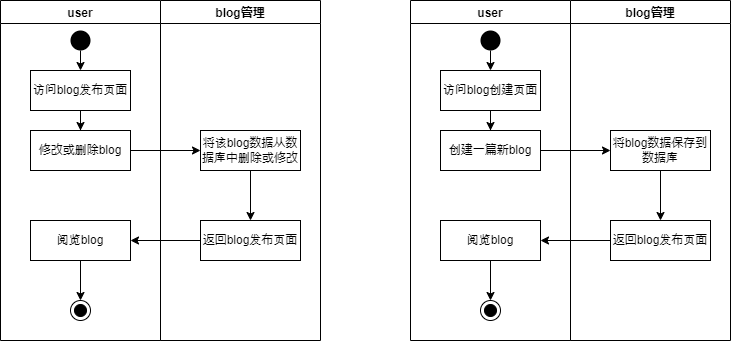
Before: graph/activity3-Page-1.drawio.png, a diagram exported from draw.io (shitsumazyo/TestWeb). Source tidied: cells renumbered, new cells last; positions are measured from the earlier drawing's top-left corner, leaving out a move shared by most shapes.
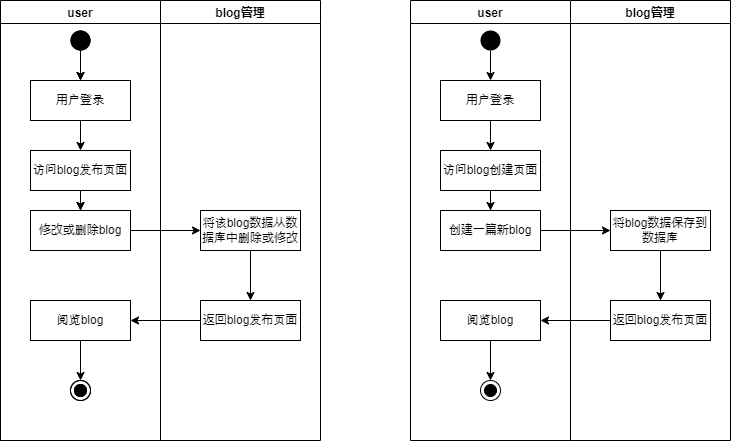
Later version of the same file.

Change to the diagram source:
```diff
@@ -3,101 +3,139 @@
     <mxCell id="0" />
     <mxCell id="1" parent="0" />
     <mxCell id="2" value="user" style="swimlane;startSize=23;" parent="1" vertex="1">
-      <mxGeometry x="410" width="160" height="340" as="geometry" />
+      <mxGeometry x="410" width="160" height="440" as="geometry" />
     </mxCell>
     <mxCell id="3" style="edgeStyle=orthogonalEdgeStyle;rounded=0;jettySize=auto;html=1;" parent="2" edge="1" source="4" target="7">
       <mxGeometry relative="1" as="geometry" />
     </mxCell>
     <mxCell id="4" value="访问blog创建页面" style="rounded=0;whiteSpace=wrap;html=1;" parent="2" vertex="1">
-      <mxGeometry x="30" y="70" width="100" height="40" as="geometry" />
+      <mxGeometry x="30" y="150" width="100" height="40" as="geometry" />
     </mxCell>
     <mxCell id="5" style="ellipse;fillColor=#000000;strokeColor=none;" parent="2" vertex="1">
       <mxGeometry x="70" y="30" width="20" height="20" as="geometry" />
     </mxCell>
-    <mxCell id="6" style="endArrow=classic;html=1;rounded=0;entryX=0.5;entryY=0;entryDx=0;entryDy=0;exitX=0.5;exitY=1;exitDx=0;exitDy=0;" parent="2" edge="1" source="5" target="4">
-      <mxGeometry relative="1" as="geometry" />
+    <mxCell id="6" style="endArrow=classic;html=1;rounded=0;exitX=0.5;exitY=1;exitDx=0;exitDy=0;" parent="2" edge="1" source="5">
+      <mxGeometry relative="1" as="geometry">
+        <mxPoint x="80" y="80" as="targetPoint" />
+      </mxGeometry>
     </mxCell>
     <mxCell id="7" value="创建一篇新blog" style="rounded=0;whiteSpace=wrap;html=1;" parent="2" vertex="1">
-      <mxGeometry x="30" y="130" width="100" height="40" as="geometry" />
+      <mxGeometry x="30" y="210" width="100" height="40" as="geometry" />
     </mxCell>
     <mxCell id="8" value="阅览blog" style="rounded=0;whiteSpace=wrap;html=1;" parent="2" vertex="1">
-      <mxGeometry x="30" y="220" width="100" height="40" as="geometry" />
+      <mxGeometry x="30" y="300" width="100" height="40" as="geometry" />
     </mxCell>
     <mxCell id="9" style="ellipse;html=1;shape=endState;fillColor=#000000;strokeColor=#000000;rounded=0;shadow=0;glass=0;sketch=0;" parent="2" vertex="1">
-      <mxGeometry x="70" y="300" width="20" height="20" as="geometry" />
+      <mxGeometry x="70" y="380" width="20" height="20" as="geometry" />
     </mxCell>
+    <mxCell id="32" value="用户登录" style="rounded=0;whiteSpace=wrap;html=1;" parent="2" vertex="1">
+      <mxGeometry x="30" y="80" width="100" height="40" as="geometry" />
+    </mxCell>
+    <mxCell id="33" style="endArrow=classic;html=1;rounded=0;fontSize=17;exitX=0.5;exitY=1;exitDx=0;exitDy=0;entryX=0.5;entryY=0;entryDx=0;entryDy=0;" parent="2" edge="1" source="32" target="4">
+      <mxGeometry relative="1" as="geometry" />
+    </mxCell>
     <mxCell id="10" value="blog管理" style="swimlane;startSize=23;gradientColor=none;rounded=0;" parent="1" vertex="1">
-      <mxGeometry x="570" width="160" height="340" as="geometry" />
+      <mxGeometry x="570" width="160" height="440" as="geometry" />
     </mxCell>
     <mxCell id="11" value="将blog数据保存到数据库" style="rounded=0;whiteSpace=wrap;html=1;" parent="10" vertex="1">
-      <mxGeometry x="40" y="130" width="100" height="40" as="geometry" />
+      <mxGeometry x="40" y="210" width="100" height="40" as="geometry" />
     </mxCell>
     <mxCell id="12" value="返回blog发布页面" style="rounded=0;whiteSpace=wrap;html=1;" parent="10" vertex="1">
-      <mxGeometry x="40" y="220" width="100" height="40" as="geometry" />
+      <mxGeometry x="40" y="300" width="100" height="40" as="geometry" />
     </mxCell>
     <mxCell id="13" style="endArrow=classic;html=1;rounded=0;entryX=0.5;entryY=0;entryDx=0;entryDy=0;exitX=0.5;exitY=1;exitDx=0;exitDy=0;" parent="10" edge="1" source="11" target="12">
       <mxGeometry relative="1" as="geometry" />
     </mxCell>
-    <mxCell id="14" style="endArrow=classic;html=1;rounded=0;exitX=1;exitY=0.5;exitDx=0;exitDy=0;entryX=0;entryY=0.5;entryDx=0;entryDy=0;entryPerimeter=0;" parent="1" edge="1" source="7">
-      <mxGeometry relative="1" as="geometry">
-        <mxPoint x="610" y="150" as="targetPoint" />
-      </mxGeometry>
+    <mxCell id="14" style="endArrow=classic;html=1;rounded=0;exitX=1;exitY=0.5;exitDx=0;exitDy=0;entryX=0;entryY=0.5;entryDx=0;entryDy=0;" parent="1" edge="1" source="7" target="11">
+      <mxGeometry relative="1" as="geometry" />
     </mxCell>
     <mxCell id="15" style="endArrow=classic;html=1;rounded=0;exitX=0;exitY=0.5;exitDx=0;exitDy=0;entryX=1;entryY=0.5;entryDx=0;entryDy=0;" parent="1" edge="1" source="12" target="8">
       <mxGeometry relative="1" as="geometry" />
     </mxCell>
     <mxCell id="16" style="endArrow=classic;html=1;rounded=0;exitX=0.5;exitY=1;exitDx=0;exitDy=0;" parent="1" edge="1" source="8">
       <mxGeometry relative="1" as="geometry">
-        <mxPoint x="490" y="300" as="targetPoint" />
+        <mxPoint x="490" y="380" as="targetPoint" />
       </mxGeometry>
     </mxCell>
     <mxCell id="17" value="user" style="swimlane;startSize=23;" parent="1" vertex="1">
-      <mxGeometry width="160" height="340" as="geometry" />
+      <mxGeometry width="160" height="440" as="geometry" />
     </mxCell>
     <mxCell id="18" style="edgeStyle=orthogonalEdgeStyle;rounded=0;jettySize=auto;html=1;" parent="17" edge="1" source="19" target="22">
       <mxGeometry relative="1" as="geometry" />
     </mxCell>
     <mxCell id="19" value="访问blog发布页面" style="rounded=0;whiteSpace=wrap;html=1;" parent="17" vertex="1">
-      <mxGeometry x="30" y="70" width="100" height="40" as="geometry" />
+      <mxGeometry x="30" y="150" width="100" height="40" as="geometry" />
     </mxCell>
     <mxCell id="20" style="ellipse;fillColor=#000000;strokeColor=none;" parent="17" vertex="1">
       <mxGeometry x="70" y="30" width="20" height="20" as="geometry" />
     </mxCell>
-    <mxCell id="21" style="endArrow=classic;html=1;rounded=0;entryX=0.5;entryY=0;entryDx=0;entryDy=0;exitX=0.5;exitY=1;exitDx=0;exitDy=0;" parent="17" edge="1" source="20" target="19">
-      <mxGeometry relative="1" as="geometry" />
+    <mxCell id="21" style="endArrow=classic;html=1;rounded=0;exitX=0.5;exitY=1;exitDx=0;exitDy=0;" parent="17" edge="1" source="20">
+      <mxGeometry relative="1" as="geometry">
+        <mxPoint x="80" y="80" as="targetPoint" />
+      </mxGeometry>
     </mxCell>
     <mxCell id="22" value="修改或删除blog" style="rounded=0;whiteSpace=wrap;html=1;" parent="17" vertex="1">
-      <mxGeometry x="30" y="130" width="100" height="40" as="geometry" />
+      <mxGeometry x="30" y="210" width="100" height="40" as="geometry" />
     </mxCell>
     <mxCell id="23" value="阅览blog" style="rounded=0;whiteSpace=wrap;html=1;" parent="17" vertex="1">
-      <mxGeometry x="30" y="220" width="100" height="40" as="geometry" />
+      <mxGeometry x="30" y="300" width="100" height="40" as="geometry" />
     </mxCell>
     <mxCell id="24" style="ellipse;html=1;shape=endState;fillColor=#000000;strokeColor=#000000;rounded=0;shadow=0;glass=0;sketch=0;" parent="17" vertex="1">
-      <mxGeometry x="70" y="300" width="20" height="20" as="geometry" />
+      <mxGeometry x="70" y="380" width="20" height="20" as="geometry" />
     </mxCell>
+    <mxCell id="34" value="user" style="swimlane;startSize=23;" parent="17" vertex="1">
+      <mxGeometry width="160" height="440" as="geometry" />
+    </mxCell>
+    <mxCell id="35" style="edgeStyle=orthogonalEdgeStyle;rounded=0;jettySize=auto;html=1;" parent="34" edge="1" source="36" target="39">
+      <mxGeometry relative="1" as="geometry" />
+    </mxCell>
+    <mxCell id="36" value="访问blog发布页面" style="rounded=0;whiteSpace=wrap;html=1;" parent="34" vertex="1">
+      <mxGeometry x="30" y="150" width="100" height="40" as="geometry" />
+    </mxCell>
+    <mxCell id="37" style="ellipse;fillColor=#000000;strokeColor=none;" parent="34" vertex="1">
+      <mxGeometry x="70" y="30" width="20" height="20" as="geometry" />
+    </mxCell>
+    <mxCell id="38" style="endArrow=classic;html=1;rounded=0;exitX=0.5;exitY=1;exitDx=0;exitDy=0;" parent="34" edge="1" source="37">
+      <mxGeometry relative="1" as="geometry">
+        <mxPoint x="80" y="80" as="targetPoint" />
+      </mxGeometry>
+    </mxCell>
+    <mxCell id="39" value="修改或删除blog" style="rounded=0;whiteSpace=wrap;html=1;" parent="34" vertex="1">
+      <mxGeometry x="30" y="210" width="100" height="40" as="geometry" />
+    </mxCell>
+    <mxCell id="40" value="阅览blog" style="rounded=0;whiteSpace=wrap;html=1;" parent="34" vertex="1">
+      <mxGeometry x="30" y="300" width="100" height="40" as="geometry" />
+    </mxCell>
+    <mxCell id="41" style="ellipse;html=1;shape=endState;fillColor=#000000;strokeColor=#000000;rounded=0;shadow=0;glass=0;sketch=0;" parent="34" vertex="1">
+      <mxGeometry x="70" y="380" width="20" height="20" as="geometry" />
+    </mxCell>
+    <mxCell id="42" value="用户登录" style="rounded=0;whiteSpace=wrap;html=1;" parent="34" vertex="1">
+      <mxGeometry x="30" y="80" width="100" height="40" as="geometry" />
+    </mxCell>
+    <mxCell id="43" style="endArrow=classic;html=1;rounded=0;fontSize=17;exitX=0.5;exitY=1;exitDx=0;exitDy=0;entryX=0.5;entryY=0;entryDx=0;entryDy=0;" parent="34" edge="1" source="42" target="36">
+      <mxGeometry relative="1" as="geometry" />
+    </mxCell>
     <mxCell id="25" value="blog管理" style="swimlane;startSize=23;gradientColor=none;rounded=0;" parent="1" vertex="1">
-      <mxGeometry x="160" width="160" height="340" as="geometry" />
+      <mxGeometry x="160" width="160" height="440" as="geometry" />
     </mxCell>
     <mxCell id="26" value="将该blog数据从数据库中删除或修改" style="rounded=0;whiteSpace=wrap;html=1;" parent="25" vertex="1">
-      <mxGeometry x="40" y="130" width="100" height="40" as="geometry" />
+      <mxGeometry x="40" y="210" width="100" height="40" as="geometry" />
     </mxCell>
     <mxCell id="27" value="返回blog发布页面" style="rounded=0;whiteSpace=wrap;html=1;" parent="25" vertex="1">
-      <mxGeometry x="40" y="220" width="100" height="40" as="geometry" />
+      <mxGeometry x="40" y="300" width="100" height="40" as="geometry" />
     </mxCell>
     <mxCell id="28" style="endArrow=classic;html=1;rounded=0;entryX=0.5;entryY=0;entryDx=0;entryDy=0;exitX=0.5;exitY=1;exitDx=0;exitDy=0;" parent="25" edge="1" source="26" target="27">
       <mxGeometry relative="1" as="geometry" />
     </mxCell>
-    <mxCell id="29" style="endArrow=classic;html=1;rounded=0;exitX=1;exitY=0.5;exitDx=0;exitDy=0;entryX=0;entryY=0.5;entryDx=0;entryDy=0;entryPerimeter=0;" parent="1" edge="1" source="22">
-      <mxGeometry relative="1" as="geometry">
-        <mxPoint x="200" y="150" as="targetPoint" />
-      </mxGeometry>
+    <mxCell id="29" style="endArrow=classic;html=1;rounded=0;exitX=1;exitY=0.5;exitDx=0;exitDy=0;entryX=0;entryY=0.5;entryDx=0;entryDy=0;" parent="1" edge="1" source="22" target="26">
+      <mxGeometry relative="1" as="geometry" />
     </mxCell>
     <mxCell id="30" style="endArrow=classic;html=1;rounded=0;exitX=0;exitY=0.5;exitDx=0;exitDy=0;entryX=1;entryY=0.5;entryDx=0;entryDy=0;" parent="1" edge="1" source="27" target="23">
       <mxGeometry relative="1" as="geometry" />
     </mxCell>
     <mxCell id="31" style="endArrow=classic;html=1;rounded=0;exitX=0.5;exitY=1;exitDx=0;exitDy=0;" parent="1" edge="1" source="23">
       <mxGeometry relative="1" as="geometry">
-        <mxPoint x="80" y="300" as="targetPoint" />
+        <mxPoint x="80" y="380" as="targetPoint" />
       </mxGeometry>
     </mxCell>
   </root>
```
